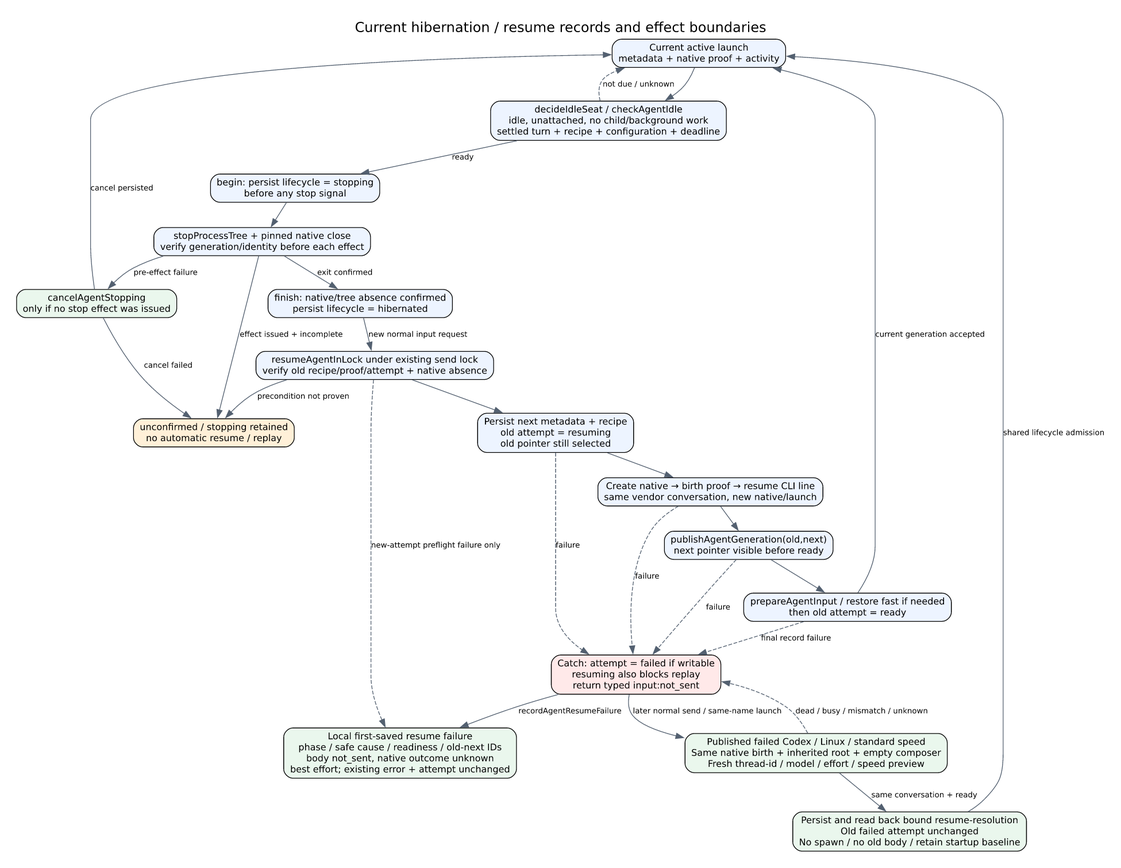
This is docs/architecture/lifecycle-states.png from kitepon/aiterm-mcp, a Graphviz export, as it was before one commit. Its source is kept beside it as docs/architecture/lifecycle-states.dot.
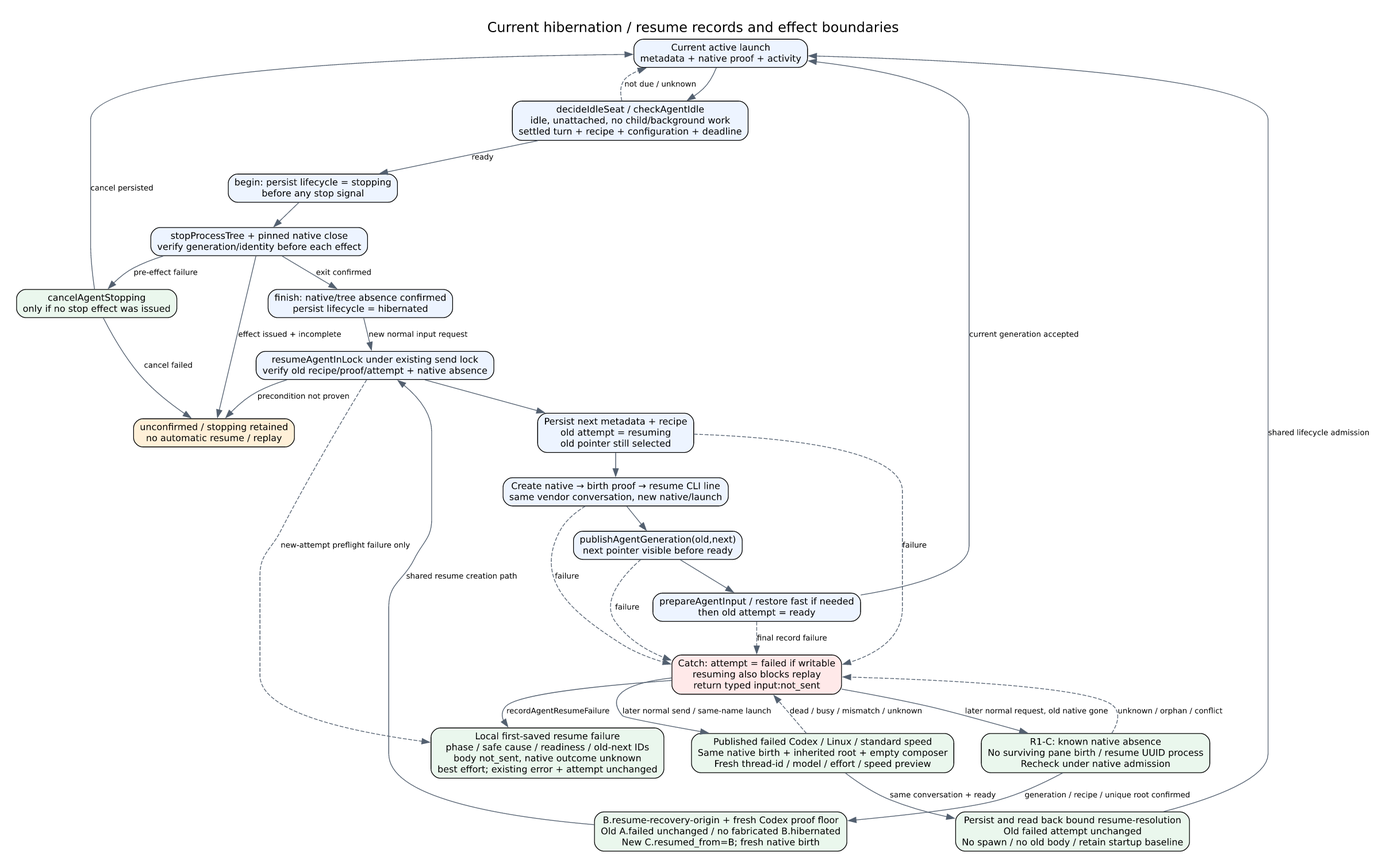
Later version of the same file.

Change to the diagram source:
```diff
@@ -26,6 +26,12 @@
   recovery -> resolution [label="same conversation + ready"];
   recovery -> failed [label="dead / busy / mismatch / unknown",style=dashed];
   resolution -> active [label="shared lifecycle admission"];
+  absent [label="R1-C: known native absence\nNo surviving pane birth / resume UUID process\nRecheck under native admission",fillcolor="#eaf7ed"];
+  origin [label="B.resume-recovery-origin + fresh Codex proof floor\nOld A.failed unchanged / no fabricated B.hibernated\nNew C.resumed_from=B; fresh native birth",fillcolor="#eaf7ed"];
+  failed -> absent [label="later normal request, old native gone"];
+  absent -> origin [label="generation / recipe / unique root confirmed"];
+  absent -> failed [style=dashed,label="unknown / orphan / conflict"];
+  origin -> resume [label="shared resume creation path"];
   failure_record [label="Local first-saved resume failure\nphase / safe cause / readiness / old-next IDs\nbody not_sent, native outcome unknown\nbest effort; existing error + attempt unchanged",fillcolor="#eaf7ed"];
   failed -> failure_record [label="recordAgentResumeFailure"];
   resume -> failure_record [label="new-attempt preflight failure only",style=dashed];
```
